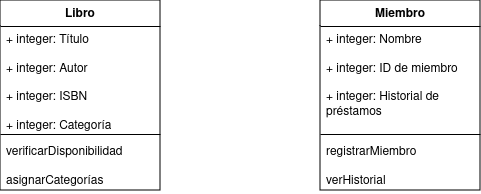
Earlier version of the draw.io export Sistemas de Gestión de Bibliotecas.drawio.png (Santyew/Ejercicios-realizaci-n-del-diagrama-de-clases). Source tidied: cells renumbered, new cells last; positions are measured from the earlier drawing's top-left corner, leaving out a move shared by most shapes. Its diagram source:
```xml
<mxGraphModel>
  <root>
    <mxCell id="0" />
    <mxCell id="1" parent="0" />
    <mxCell id="2" value="Libro" style="swimlane;fontStyle=1;align=center;verticalAlign=top;horizontal=1;startSize=26;whiteSpace=wrap;html=1;" parent="1" vertex="1">
      <mxGeometry width="160" height="190" as="geometry" />
    </mxCell>
    <mxCell id="3" value="&lt;div&gt;+ integer: Título&lt;/div&gt;&lt;div&gt;&lt;br&gt;&lt;/div&gt;&lt;div&gt;+ integer: Autor&lt;/div&gt;&lt;div&gt;&lt;br&gt;&lt;/div&gt;&lt;div&gt;+ integer: ISBN&lt;/div&gt;&lt;div&gt;&lt;br&gt;&lt;/div&gt;&lt;div&gt;+ integer: Categoría&lt;br&gt;&lt;/div&gt;" style="text;strokeColor=none;fillColor=none;align=left;verticalAlign=top;spacingLeft=4;spacingRight=4;overflow=hidden;points=[[0,0.5],[1,0.5]];portConstraint=eastwest;whiteSpace=wrap;html=1;" parent="2" vertex="1">
      <mxGeometry y="26" width="160" height="104" as="geometry" />
    </mxCell>
    <mxCell id="4" style="line;strokeWidth=1;fillColor=none;align=left;verticalAlign=middle;spacingTop=-1;spacingLeft=3;spacingRight=3;labelPosition=right;strokeColor=inherit;" parent="2" vertex="1">
      <mxGeometry y="130" width="160" height="8" as="geometry" />
    </mxCell>
    <mxCell id="5" value="&lt;div&gt;verificarDisponibilidad&lt;/div&gt;&lt;div&gt;&lt;br&gt;&lt;/div&gt;&lt;div&gt;asignarCategorías&lt;br&gt;&lt;/div&gt;" style="text;strokeColor=none;fillColor=none;align=left;verticalAlign=top;spacingLeft=4;spacingRight=4;overflow=hidden;whiteSpace=wrap;html=1;" parent="2" vertex="1">
      <mxGeometry y="138" width="160" height="52" as="geometry" />
    </mxCell>
    <mxCell id="6" value="Miembro" style="swimlane;fontStyle=1;align=center;verticalAlign=top;horizontal=1;startSize=26;whiteSpace=wrap;html=1;" parent="1" vertex="1">
      <mxGeometry x="320" width="160" height="190" as="geometry" />
    </mxCell>
    <mxCell id="7" value="&lt;div&gt;+ integer: Nombre&lt;br&gt;&lt;/div&gt;&lt;div&gt;&lt;br&gt;&lt;/div&gt;&lt;div&gt;+ integer: ID de miembro&lt;br&gt;&lt;/div&gt;&lt;div&gt;&lt;br&gt;&lt;/div&gt;&lt;div&gt;+ integer: Historial de préstamos&lt;br&gt;&lt;/div&gt;&lt;div&gt;&lt;br&gt;&lt;/div&gt;&lt;div&gt;&lt;br&gt;&lt;/div&gt;" style="text;strokeColor=none;fillColor=none;align=left;verticalAlign=top;spacingLeft=4;spacingRight=4;overflow=hidden;points=[[0,0.5],[1,0.5]];portConstraint=eastwest;whiteSpace=wrap;html=1;" parent="6" vertex="1">
      <mxGeometry y="26" width="160" height="104" as="geometry" />
    </mxCell>
    <mxCell id="8" style="line;strokeWidth=1;fillColor=none;align=left;verticalAlign=middle;spacingTop=-1;spacingLeft=3;spacingRight=3;labelPosition=right;strokeColor=inherit;" parent="6" vertex="1">
      <mxGeometry y="130" width="160" height="8" as="geometry" />
    </mxCell>
    <mxCell id="9" value="&lt;div&gt;registrarMiembro&lt;/div&gt;&lt;div&gt;&lt;br&gt;&lt;/div&gt;&lt;div&gt;verHistorial&lt;br&gt;&lt;/div&gt;" style="text;strokeColor=none;fillColor=none;align=left;verticalAlign=top;spacingLeft=4;spacingRight=4;overflow=hidden;whiteSpace=wrap;html=1;" parent="6" vertex="1">
      <mxGeometry y="138" width="160" height="52" as="geometry" />
    </mxCell>
  </root>
</mxGraphModel>
```
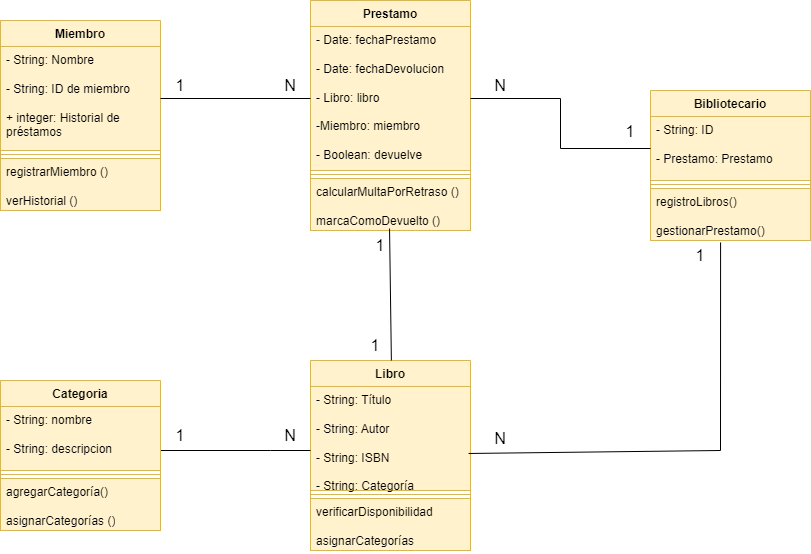
After the change.

Diff of the diagram source:
```diff
@@ -2,29 +2,121 @@
   <root>
     <mxCell id="0" />
     <mxCell id="1" parent="0" />
-    <mxCell id="2" value="Libro" style="swimlane;fontStyle=1;align=center;verticalAlign=top;horizontal=1;startSize=26;whiteSpace=wrap;html=1;" parent="1" vertex="1">
-      <mxGeometry width="160" height="190" as="geometry" />
+    <mxCell id="2" value="Libro" style="swimlane;fontStyle=1;align=center;verticalAlign=top;horizontal=1;startSize=26;whiteSpace=wrap;html=1;fillColor=#fff2cc;strokeColor=#d6b656;" parent="1" vertex="1">
+      <mxGeometry x="240" y="360" width="160" height="190" as="geometry" />
     </mxCell>
-    <mxCell id="3" value="&lt;div&gt;+ integer: Título&lt;/div&gt;&lt;div&gt;&lt;br&gt;&lt;/div&gt;&lt;div&gt;+ integer: Autor&lt;/div&gt;&lt;div&gt;&lt;br&gt;&lt;/div&gt;&lt;div&gt;+ integer: ISBN&lt;/div&gt;&lt;div&gt;&lt;br&gt;&lt;/div&gt;&lt;div&gt;+ integer: Categoría&lt;br&gt;&lt;/div&gt;" style="text;strokeColor=none;fillColor=none;align=left;verticalAlign=top;spacingLeft=4;spacingRight=4;overflow=hidden;points=[[0,0.5],[1,0.5]];portConstraint=eastwest;whiteSpace=wrap;html=1;" parent="2" vertex="1">
+    <mxCell id="3" value="&lt;div&gt;- String: Título&lt;/div&gt;&lt;div&gt;&lt;br&gt;&lt;/div&gt;&lt;div&gt;- String: Autor&lt;/div&gt;&lt;div&gt;&lt;br&gt;&lt;/div&gt;&lt;div&gt;- String: ISBN&lt;/div&gt;&lt;div&gt;&lt;br&gt;&lt;/div&gt;&lt;div&gt;- String: Categoría&lt;br&gt;&lt;/div&gt;" style="text;strokeColor=#d6b656;fillColor=#fff2cc;align=left;verticalAlign=top;spacingLeft=4;spacingRight=4;overflow=hidden;points=[[0,0.5],[1,0.5]];portConstraint=eastwest;whiteSpace=wrap;html=1;" parent="2" vertex="1">
       <mxGeometry y="26" width="160" height="104" as="geometry" />
     </mxCell>
-    <mxCell id="4" style="line;strokeWidth=1;fillColor=none;align=left;verticalAlign=middle;spacingTop=-1;spacingLeft=3;spacingRight=3;labelPosition=right;strokeColor=inherit;" parent="2" vertex="1">
+    <mxCell id="4" style="line;strokeWidth=1;fillColor=#fff2cc;align=left;verticalAlign=middle;spacingTop=-1;spacingLeft=3;spacingRight=3;labelPosition=right;strokeColor=#d6b656;" parent="2" vertex="1">
       <mxGeometry y="130" width="160" height="8" as="geometry" />
     </mxCell>
-    <mxCell id="5" value="&lt;div&gt;verificarDisponibilidad&lt;/div&gt;&lt;div&gt;&lt;br&gt;&lt;/div&gt;&lt;div&gt;asignarCategorías&lt;br&gt;&lt;/div&gt;" style="text;strokeColor=none;fillColor=none;align=left;verticalAlign=top;spacingLeft=4;spacingRight=4;overflow=hidden;whiteSpace=wrap;html=1;" parent="2" vertex="1">
+    <mxCell id="5" value="&lt;div&gt;verificarDisponibilidad&lt;/div&gt;&lt;div&gt;&lt;br&gt;&lt;/div&gt;&lt;div&gt;asignarCategorías&lt;br&gt;&lt;/div&gt;" style="text;strokeColor=#d6b656;fillColor=#fff2cc;align=left;verticalAlign=top;spacingLeft=4;spacingRight=4;overflow=hidden;whiteSpace=wrap;html=1;" parent="2" vertex="1">
       <mxGeometry y="138" width="160" height="52" as="geometry" />
     </mxCell>
-    <mxCell id="6" value="Miembro" style="swimlane;fontStyle=1;align=center;verticalAlign=top;horizontal=1;startSize=26;whiteSpace=wrap;html=1;" parent="1" vertex="1">
-      <mxGeometry x="320" width="160" height="190" as="geometry" />
+    <mxCell id="6" value="Miembro" style="swimlane;fontStyle=1;align=center;verticalAlign=top;horizontal=1;startSize=26;whiteSpace=wrap;html=1;fillColor=#fff2cc;strokeColor=#d6b656;" parent="1" vertex="1">
+      <mxGeometry x="-70" y="20" width="160" height="190" as="geometry" />
     </mxCell>
-    <mxCell id="7" value="&lt;div&gt;+ integer: Nombre&lt;br&gt;&lt;/div&gt;&lt;div&gt;&lt;br&gt;&lt;/div&gt;&lt;div&gt;+ integer: ID de miembro&lt;br&gt;&lt;/div&gt;&lt;div&gt;&lt;br&gt;&lt;/div&gt;&lt;div&gt;+ integer: Historial de préstamos&lt;br&gt;&lt;/div&gt;&lt;div&gt;&lt;br&gt;&lt;/div&gt;&lt;div&gt;&lt;br&gt;&lt;/div&gt;" style="text;strokeColor=none;fillColor=none;align=left;verticalAlign=top;spacingLeft=4;spacingRight=4;overflow=hidden;points=[[0,0.5],[1,0.5]];portConstraint=eastwest;whiteSpace=wrap;html=1;" parent="6" vertex="1">
+    <mxCell id="7" value="&lt;div&gt;- String: Nombre&lt;br&gt;&lt;/div&gt;&lt;div&gt;&lt;br&gt;&lt;/div&gt;&lt;div&gt;- String: ID de miembro&lt;br&gt;&lt;/div&gt;&lt;div&gt;&lt;br&gt;&lt;/div&gt;&lt;div&gt;+ integer: Historial de préstamos&lt;br&gt;&lt;/div&gt;&lt;div&gt;&lt;br&gt;&lt;/div&gt;&lt;div&gt;&lt;br&gt;&lt;/div&gt;" style="text;strokeColor=#d6b656;fillColor=#fff2cc;align=left;verticalAlign=top;spacingLeft=4;spacingRight=4;overflow=hidden;points=[[0,0.5],[1,0.5]];portConstraint=eastwest;whiteSpace=wrap;html=1;" parent="6" vertex="1">
       <mxGeometry y="26" width="160" height="104" as="geometry" />
     </mxCell>
-    <mxCell id="8" style="line;strokeWidth=1;fillColor=none;align=left;verticalAlign=middle;spacingTop=-1;spacingLeft=3;spacingRight=3;labelPosition=right;strokeColor=inherit;" parent="6" vertex="1">
+    <mxCell id="8" style="line;strokeWidth=1;fillColor=#fff2cc;align=left;verticalAlign=middle;spacingTop=-1;spacingLeft=3;spacingRight=3;labelPosition=right;strokeColor=#d6b656;" parent="6" vertex="1">
       <mxGeometry y="130" width="160" height="8" as="geometry" />
     </mxCell>
-    <mxCell id="9" value="&lt;div&gt;registrarMiembro&lt;/div&gt;&lt;div&gt;&lt;br&gt;&lt;/div&gt;&lt;div&gt;verHistorial&lt;br&gt;&lt;/div&gt;" style="text;strokeColor=none;fillColor=none;align=left;verticalAlign=top;spacingLeft=4;spacingRight=4;overflow=hidden;whiteSpace=wrap;html=1;" parent="6" vertex="1">
+    <mxCell id="9" value="&lt;div&gt;registrarMiembro ()&lt;/div&gt;&lt;div&gt;&lt;br&gt;&lt;/div&gt;&lt;div&gt;verHistorial ()&lt;br&gt;&lt;/div&gt;" style="text;strokeColor=#d6b656;fillColor=#fff2cc;align=left;verticalAlign=top;spacingLeft=4;spacingRight=4;overflow=hidden;whiteSpace=wrap;html=1;" parent="6" vertex="1">
       <mxGeometry y="138" width="160" height="52" as="geometry" />
     </mxCell>
+    <mxCell id="10" style="edgeStyle=orthogonalEdgeStyle;rounded=0;jettySize=auto;html=1;endArrow=none;endFill=0;" parent="1" edge="1" source="11" target="3">
+      <mxGeometry relative="1" as="geometry">
+        <Array as="points">
+          <mxPoint x="200" y="450" />
+          <mxPoint x="200" y="450" />
+        </Array>
+      </mxGeometry>
+    </mxCell>
+    <mxCell id="11" value="Categoria" style="swimlane;fontStyle=1;align=center;verticalAlign=top;horizontal=1;startSize=26;whiteSpace=wrap;html=1;fillColor=#fff2cc;strokeColor=#d6b656;" parent="1" vertex="1">
+      <mxGeometry x="-70" y="380" width="160" height="150" as="geometry" />
+    </mxCell>
+    <mxCell id="12" value="&lt;div&gt;- String: nombre&lt;/div&gt;&lt;div&gt;&lt;br&gt;&lt;/div&gt;&lt;div&gt;- String: descripcion&lt;/div&gt;&lt;div&gt;&lt;br&gt;&lt;/div&gt;" style="text;strokeColor=#d6b656;fillColor=#fff2cc;align=left;verticalAlign=top;spacingLeft=4;spacingRight=4;overflow=hidden;whiteSpace=wrap;html=1;" parent="11" vertex="1">
+      <mxGeometry y="26" width="160" height="64" as="geometry" />
+    </mxCell>
+    <mxCell id="13" style="line;strokeWidth=1;fillColor=#fff2cc;align=left;verticalAlign=middle;spacingTop=-1;spacingLeft=3;spacingRight=3;labelPosition=right;strokeColor=#d6b656;" parent="11" vertex="1">
+      <mxGeometry y="90" width="160" height="8" as="geometry" />
+    </mxCell>
+    <mxCell id="14" value="&lt;div&gt;agregarCategoría()&lt;/div&gt;&lt;div&gt;&lt;br&gt;&lt;/div&gt;&lt;div&gt;asignarCategorías ()&lt;br&gt;&lt;/div&gt;" style="text;strokeColor=#d6b656;fillColor=#fff2cc;align=left;verticalAlign=top;spacingLeft=4;spacingRight=4;overflow=hidden;whiteSpace=wrap;html=1;" parent="11" vertex="1">
+      <mxGeometry y="98" width="160" height="52" as="geometry" />
+    </mxCell>
+    <mxCell id="15" value="&lt;font style=&quot;font-size: 16px;&quot;&gt;1&lt;/font&gt;" style="text;html=1;align=center;verticalAlign=middle;whiteSpace=wrap;rounded=0;" parent="1" vertex="1">
+      <mxGeometry x="80" y="420" width="60" height="30" as="geometry" />
+    </mxCell>
+    <mxCell id="16" value="&lt;font style=&quot;font-size: 16px;&quot;&gt;N&lt;/font&gt;" style="text;html=1;align=center;verticalAlign=middle;whiteSpace=wrap;rounded=0;" parent="1" vertex="1">
+      <mxGeometry x="190" y="420" width="60" height="30" as="geometry" />
+    </mxCell>
+    <mxCell id="17" value="Prestamo" style="swimlane;fontStyle=1;align=center;verticalAlign=top;horizontal=1;startSize=26;whiteSpace=wrap;html=1;fillColor=#fff2cc;strokeColor=#d6b656;" parent="1" vertex="1">
+      <mxGeometry x="240" width="160" height="230" as="geometry" />
+    </mxCell>
+    <mxCell id="18" value="&lt;div&gt;- Date: fechaPrestamo&lt;br&gt;&lt;/div&gt;&lt;div&gt;&lt;br&gt;&lt;/div&gt;&lt;div&gt;- Date: fechaDevolucion&lt;br&gt;&lt;/div&gt;&lt;div&gt;&lt;br&gt;&lt;/div&gt;&lt;div&gt;- Libro: libro&lt;br&gt;&lt;/div&gt;&lt;div&gt;&lt;br&gt;&lt;/div&gt;&lt;div&gt;-Miembro: miembro&lt;/div&gt;&lt;div&gt;&lt;br&gt;&lt;/div&gt;&lt;div&gt;- Boolean: devuelve&lt;/div&gt;&lt;div&gt;&lt;br&gt;&lt;/div&gt;&lt;div&gt;&lt;br&gt;&lt;/div&gt;&lt;div&gt;&lt;br&gt;&lt;/div&gt;" style="text;strokeColor=#d6b656;fillColor=#fff2cc;align=left;verticalAlign=top;spacingLeft=4;spacingRight=4;overflow=hidden;points=[[0,0.5],[1,0.5]];portConstraint=eastwest;whiteSpace=wrap;html=1;" parent="17" vertex="1">
+      <mxGeometry y="26" width="160" height="144" as="geometry" />
+    </mxCell>
+    <mxCell id="19" style="line;strokeWidth=1;fillColor=#fff2cc;align=left;verticalAlign=middle;spacingTop=-1;spacingLeft=3;spacingRight=3;labelPosition=right;strokeColor=#d6b656;" parent="17" vertex="1">
+      <mxGeometry y="170" width="160" height="8" as="geometry" />
+    </mxCell>
+    <mxCell id="20" value="&lt;div&gt;calcularMultaPorRetraso ()&lt;/div&gt;&lt;div&gt;&lt;br&gt;&lt;/div&gt;&lt;div&gt;marcaComoDevuelto ()&lt;/div&gt;" style="text;strokeColor=#d6b656;fillColor=#fff2cc;align=left;verticalAlign=top;spacingLeft=4;spacingRight=4;overflow=hidden;points=[[0,0.5],[1,0.5]];portConstraint=eastwest;whiteSpace=wrap;html=1;" parent="17" vertex="1">
+      <mxGeometry y="178" width="160" height="52" as="geometry" />
+    </mxCell>
+    <mxCell id="21" style="edgeStyle=orthogonalEdgeStyle;rounded=0;jettySize=auto;html=1;endArrow=none;endFill=0;" parent="1" edge="1" source="7" target="18">
+      <mxGeometry relative="1" as="geometry" />
+    </mxCell>
+    <mxCell id="22" value="&lt;font style=&quot;font-size: 16px;&quot;&gt;1&lt;/font&gt;" style="text;html=1;align=center;verticalAlign=middle;whiteSpace=wrap;rounded=0;" parent="1" vertex="1">
+      <mxGeometry x="90" y="70" width="40" height="30" as="geometry" />
+    </mxCell>
+    <mxCell id="23" value="&lt;font style=&quot;font-size: 16px;&quot;&gt;N&lt;/font&gt;" style="text;html=1;align=center;verticalAlign=middle;whiteSpace=wrap;rounded=0;" parent="1" vertex="1">
+      <mxGeometry x="200" y="70" width="40" height="30" as="geometry" />
+    </mxCell>
+    <mxCell id="24" style="endArrow=none;html=1;rounded=0;entryX=0.494;entryY=0.962;entryDx=0;entryDy=0;entryPerimeter=0;" parent="1" edge="1" target="20">
+      <mxGeometry relative="1" as="geometry">
+        <mxPoint x="320.9" y="360" as="sourcePoint" />
+      </mxGeometry>
+    </mxCell>
+    <mxCell id="25" value="&lt;font style=&quot;font-size: 16px;&quot;&gt;1&lt;/font&gt;" style="text;html=1;align=center;verticalAlign=middle;whiteSpace=wrap;rounded=0;" parent="1" vertex="1">
+      <mxGeometry x="290" y="330" width="30" height="30" as="geometry" />
+    </mxCell>
+    <mxCell id="26" value="&lt;font style=&quot;font-size: 16px;&quot;&gt;1&lt;/font&gt;" style="text;html=1;align=center;verticalAlign=middle;whiteSpace=wrap;rounded=0;" parent="1" vertex="1">
+      <mxGeometry x="290" y="230" width="40" height="30" as="geometry" />
+    </mxCell>
+    <mxCell id="27" value="Bibliotecario" style="swimlane;fontStyle=1;align=center;verticalAlign=top;horizontal=1;startSize=26;whiteSpace=wrap;html=1;fillColor=#fff2cc;strokeColor=#d6b656;" parent="1" vertex="1">
+      <mxGeometry x="580" y="90" width="160" height="150" as="geometry" />
+    </mxCell>
+    <mxCell id="28" value="&lt;div&gt;- String: ID&lt;/div&gt;&lt;div&gt;&lt;br&gt;&lt;/div&gt;&lt;div&gt;- Prestamo: Prestamo&lt;/div&gt;&lt;div&gt;&lt;br&gt;&lt;/div&gt;" style="text;strokeColor=#d6b656;fillColor=#fff2cc;align=left;verticalAlign=top;spacingLeft=4;spacingRight=4;overflow=hidden;points=[[0,0.5],[1,0.5]];portConstraint=eastwest;whiteSpace=wrap;html=1;" parent="27" vertex="1">
+      <mxGeometry y="26" width="160" height="64" as="geometry" />
+    </mxCell>
+    <mxCell id="29" style="line;strokeWidth=1;fillColor=#fff2cc;align=left;verticalAlign=middle;spacingTop=-1;spacingLeft=3;spacingRight=3;labelPosition=right;strokeColor=#d6b656;" parent="27" vertex="1">
+      <mxGeometry y="90" width="160" height="8" as="geometry" />
+    </mxCell>
+    <mxCell id="30" value="&lt;div&gt;registroLibros()&lt;/div&gt;&lt;div&gt;&lt;br&gt;&lt;/div&gt;&lt;div&gt;gestionarPrestamo()&lt;/div&gt;" style="text;strokeColor=#d6b656;fillColor=#fff2cc;align=left;verticalAlign=top;spacingLeft=4;spacingRight=4;overflow=hidden;points=[[0,0.5],[1,0.5]];portConstraint=eastwest;whiteSpace=wrap;html=1;" parent="27" vertex="1">
+      <mxGeometry y="98" width="160" height="52" as="geometry" />
+    </mxCell>
+    <mxCell id="31" style="edgeStyle=orthogonalEdgeStyle;rounded=0;jettySize=auto;html=1;endArrow=none;endFill=0;" parent="1" edge="1" source="18" target="28">
+      <mxGeometry relative="1" as="geometry" />
+    </mxCell>
+    <mxCell id="32" value="&lt;font style=&quot;font-size: 16px;&quot;&gt;N&lt;/font&gt;" style="text;html=1;align=center;verticalAlign=middle;whiteSpace=wrap;rounded=0;" parent="1" vertex="1">
+      <mxGeometry x="410" y="70" width="40" height="30" as="geometry" />
+    </mxCell>
+    <mxCell id="33" value="&lt;font style=&quot;font-size: 16px;&quot;&gt;1&lt;/font&gt;" style="text;html=1;align=center;verticalAlign=middle;whiteSpace=wrap;rounded=0;" parent="1" vertex="1">
+      <mxGeometry x="540" y="116" width="40" height="30" as="geometry" />
+    </mxCell>
+    <mxCell id="34" style="endArrow=none;html=1;rounded=0;entryX=0.438;entryY=1.038;entryDx=0;entryDy=0;entryPerimeter=0;exitX=0.988;exitY=0.644;exitDx=0;exitDy=0;exitPerimeter=0;" parent="1" edge="1" source="3" target="30">
+      <mxGeometry relative="1" as="geometry">
+        <Array as="points">
+          <mxPoint x="650" y="450" />
+        </Array>
+      </mxGeometry>
+    </mxCell>
+    <mxCell id="35" value="&lt;font style=&quot;font-size: 16px;&quot;&gt;N&lt;/font&gt;" style="text;html=1;align=center;verticalAlign=middle;whiteSpace=wrap;rounded=0;" parent="1" vertex="1">
+      <mxGeometry x="410" y="423" width="40" height="30" as="geometry" />
+    </mxCell>
+    <mxCell id="36" value="&lt;font style=&quot;font-size: 16px;&quot;&gt;1&lt;/font&gt;" style="text;html=1;align=center;verticalAlign=middle;whiteSpace=wrap;rounded=0;" parent="1" vertex="1">
+      <mxGeometry x="600" y="240" width="60" height="30" as="geometry" />
+    </mxCell>
   </root>
 </mxGraphModel>
```
